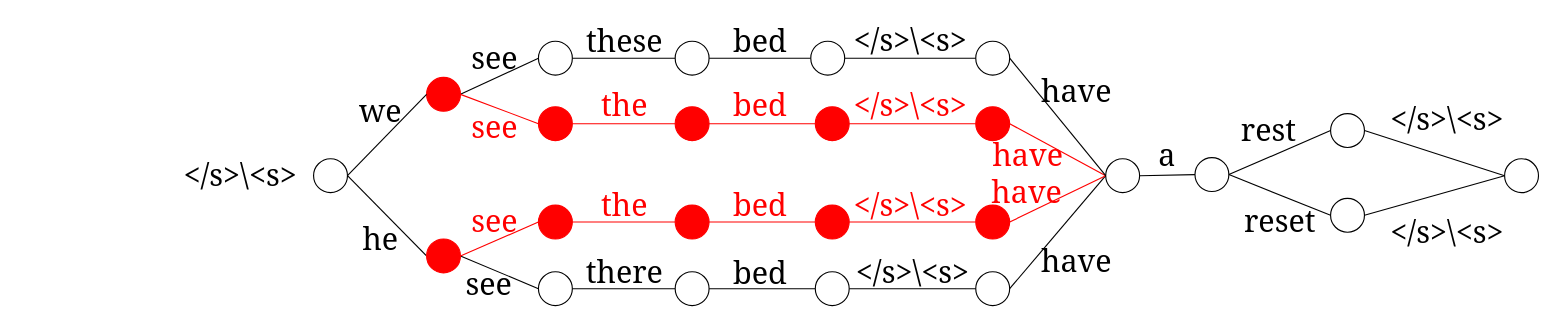
Above: Cross-Utterance History Clustering based Lattice Rescoring.drawio in AmourWaltz/OtherProjects (draw.io), before the change. Source tidied: cells renumbered, new cells numbered last; positions are measured from the earlier drawing's top-left corner, leaving out a move shared by most shapes. Both pictures are drawn from the tidied source at 113%, with x=0, y=0 at pixel (166, 28).
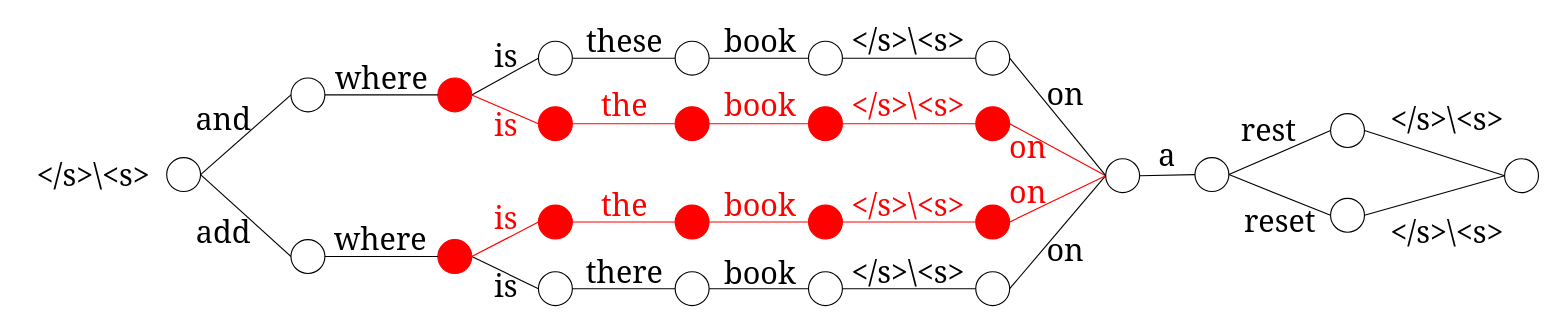
The same diagram, later.

What changed in the source:
```diff
@@
     <mxCell id="5" style="ellipse;whiteSpace=wrap;html=1;fillColor=#FF0000;strokeColor=#FF0000;" parent="1" vertex="1">
-      <mxGeometry x="230" y="43" width="30" height="30" as="geometry" />
+      <mxGeometry x="240" y="43.5" width="30" height="30" as="geometry" />
     </mxCell>
@@
-    <mxCell id="16" style="edgeStyle=none;rounded=0;jettySize=auto;html=1;exitX=1;exitY=0.5;exitDx=0;exitDy=0;entryX=0;entryY=0.5;entryDx=0;entryDy=0;fontSize=18;endArrow=none;endFill=0;" parent="1" edge="1" source="18" target="5">
-      <mxGeometry relative="1" as="geometry" />
-    </mxCell>
-    <mxCell id="17" style="rounded=0;jettySize=auto;html=1;exitX=1;exitY=0.5;exitDx=0;exitDy=0;entryX=0;entryY=0.5;entryDx=0;entryDy=0;fontFamily=Georgia;fontSize=27;endArrow=none;endFill=0;" parent="1" edge="1" source="18" target="25">
-      <mxGeometry relative="1" as="geometry" />
-    </mxCell>
+    <mxCell id="81" style="rounded=0;jettySize=auto;html=1;exitX=1;exitY=0.5;exitDx=0;exitDy=0;entryX=0;entryY=0.5;entryDx=0;entryDy=0;endArrow=none;endFill=0;" parent="1" edge="1" source="18" target="84">
+      <mxGeometry relative="1" as="geometry" />
+    </mxCell>
+    <mxCell id="82" style="rounded=0;jettySize=auto;html=1;exitX=1;exitY=0.5;exitDx=0;exitDy=0;entryX=0;entryY=0.5;entryDx=0;entryDy=0;endArrow=none;endFill=0;" parent="1" edge="1" source="18" target="86">
+      <mxGeometry relative="1" as="geometry" />
+    </mxCell>
     <mxCell id="18" style="ellipse;whiteSpace=wrap;html=1;" parent="1" vertex="1">
-      <mxGeometry x="130" y="115" width="30" height="30" as="geometry" />
+      <mxGeometry y="114" width="30" height="30" as="geometry" />
     </mxCell>
@@
     <mxCell id="20" style="ellipse;whiteSpace=wrap;html=1;fontColor=#FF0000;fillColor=#FF0000;strokeColor=#FF0000;" parent="1" vertex="1">
-      <mxGeometry x="574" y="69" width="30" height="30" as="geometry" />
+      <mxGeometry x="568" y="69" width="30" height="30" as="geometry" />
     </mxCell>
@@
     <mxCell id="23" value="&lt;span style=&quot;font-family: &amp;#34;georgia&amp;#34; ; font-size: 27px&quot;&gt;&amp;lt;/s&amp;gt;\&amp;lt;s&amp;gt;&lt;/span&gt;" style="text;html=1;align=center;verticalAlign=middle;strokeColor=none;fillColor=none;" parent="1" vertex="1">
-      <mxGeometry y="120" width="130" height="20" as="geometry" />
+      <mxGeometry x="-130" y="120" width="130" height="20" as="geometry" />
     </mxCell>
@@
     <mxCell id="25" style="ellipse;whiteSpace=wrap;html=1;fillColor=#FF0000;strokeColor=#FF0000;" parent="1" vertex="1">
-      <mxGeometry x="230" y="186" width="30" height="30" as="geometry" />
+      <mxGeometry x="240" y="186.5" width="30" height="30" as="geometry" />
     </mxCell>
-    <mxCell id="26" value="&lt;font style=&quot;font-size: 27px&quot; face=&quot;Georgia&quot;&gt;we&lt;/font&gt;" style="text;html=1;align=center;verticalAlign=middle;strokeColor=none;fillColor=none;" parent="1" vertex="1">
-      <mxGeometry x="164" y="63" width="50" height="20" as="geometry" />
+    <mxCell id="26" value="&lt;font style=&quot;font-size: 27px&quot; face=&quot;Georgia&quot;&gt;where&lt;/font&gt;" style="text;html=1;align=center;verticalAlign=middle;strokeColor=none;fillColor=none;" parent="1" vertex="1">
+      <mxGeometry x="145" y="34" width="90" height="20" as="geometry" />
     </mxCell>
-    <mxCell id="27" value="&lt;font style=&quot;font-size: 27px&quot; face=&quot;Georgia&quot;&gt;he&lt;/font&gt;" style="text;html=1;align=center;verticalAlign=middle;strokeColor=none;fillColor=none;" parent="1" vertex="1">
-      <mxGeometry x="169" y="176" width="40" height="20" as="geometry" />
+    <mxCell id="27" value="&lt;font style=&quot;font-size: 27px&quot; face=&quot;Georgia&quot;&gt;where&lt;/font&gt;" style="text;html=1;align=center;verticalAlign=middle;strokeColor=none;fillColor=none;" parent="1" vertex="1">
+      <mxGeometry x="144" y="176" width="90" height="20" as="geometry" />
     </mxCell>
-    <mxCell id="28" value="&lt;font style=&quot;font-size: 27px&quot; face=&quot;Georgia&quot;&gt;see&lt;/font&gt;" style="text;html=1;align=center;verticalAlign=middle;fillColor=none;" parent="1" vertex="1">
-      <mxGeometry x="265" y="16" width="50" height="20" as="geometry" />
+    <mxCell id="28" value="&lt;font style=&quot;font-size: 27px&quot; face=&quot;Georgia&quot;&gt;is&lt;/font&gt;" style="text;html=1;align=center;verticalAlign=middle;fillColor=none;" parent="1" vertex="1">
+      <mxGeometry x="280" y="14" width="40" height="20" as="geometry" />
     </mxCell>
-    <mxCell id="29" value="&lt;font style=&quot;font-size: 27px&quot; face=&quot;Georgia&quot;&gt;see&lt;/font&gt;" style="text;html=1;align=center;verticalAlign=middle;fillColor=none;" parent="1" vertex="1">
-      <mxGeometry x="260" y="216" width="50" height="20" as="geometry" />
+    <mxCell id="29" value="&lt;font face=&quot;Georgia&quot;&gt;&lt;span style=&quot;font-size: 27px&quot;&gt;is&lt;/span&gt;&lt;/font&gt;" style="text;html=1;align=center;verticalAlign=middle;fillColor=none;" parent="1" vertex="1">
+      <mxGeometry x="280" y="218" width="40" height="20" as="geometry" />
     </mxCell>
@@
-    <mxCell id="34" value="&lt;font style=&quot;font-size: 27px&quot; face=&quot;Georgia&quot;&gt;bed&lt;/font&gt;" style="text;html=1;align=center;verticalAlign=middle;strokeColor=none;fillColor=none;fontColor=#000000;" parent="1" vertex="1">
-      <mxGeometry x="495" y="1" width="60" height="20" as="geometry" />
+    <mxCell id="34" value="&lt;font style=&quot;font-size: 27px&quot; face=&quot;Georgia&quot;&gt;book&lt;/font&gt;" style="text;html=1;align=center;verticalAlign=middle;strokeColor=none;fillColor=none;fontColor=#000000;" parent="1" vertex="1">
+      <mxGeometry x="490" y="1" width="70" height="20" as="geometry" />
     </mxCell>
-    <mxCell id="35" value="&lt;font style=&quot;font-size: 27px&quot; face=&quot;Georgia&quot;&gt;bed&lt;/font&gt;" style="text;html=1;align=center;verticalAlign=middle;strokeColor=none;fillColor=none;fontColor=#FF0000;" parent="1" vertex="1">
-      <mxGeometry x="495" y="58" width="60" height="20" as="geometry" />
+    <mxCell id="35" value="&lt;font style=&quot;font-size: 27px&quot; face=&quot;Georgia&quot;&gt;book&lt;/font&gt;" style="text;html=1;align=center;verticalAlign=middle;strokeColor=none;fillColor=none;fontColor=#FF0000;" parent="1" vertex="1">
+      <mxGeometry x="490" y="58" width="70" height="20" as="geometry" />
     </mxCell>
     <mxCell id="36" value="&lt;font style=&quot;font-size: 27px&quot; face=&quot;Georgia&quot;&gt;&amp;lt;/s&amp;gt;\&amp;lt;s&amp;gt;&lt;/font&gt;" style="text;html=1;align=center;verticalAlign=middle;strokeColor=none;fillColor=none;fontColor=#000000;" parent="1" vertex="1">
-      <mxGeometry x="593" width="130" height="20" as="geometry" />
+      <mxGeometry x="591" width="130" height="20" as="geometry" />
     </mxCell>
@@
-    <mxCell id="55" value="&lt;font style=&quot;font-size: 27px&quot; face=&quot;Georgia&quot;&gt;have&lt;/font&gt;" style="text;html=1;align=center;verticalAlign=middle;strokeColor=none;fillColor=none;fontColor=#000000;" parent="1" vertex="1">
-      <mxGeometry x="770" y="45" width="70" height="20" as="geometry" />
+    <mxCell id="55" value="&lt;font style=&quot;font-size: 27px&quot; face=&quot;Georgia&quot;&gt;on&lt;/font&gt;" style="text;html=1;align=center;verticalAlign=middle;strokeColor=none;fillColor=none;fontColor=#000000;" parent="1" vertex="1">
+      <mxGeometry x="770" y="48" width="50" height="20" as="geometry" />
     </mxCell>
@@
     <mxCell id="57" style="ellipse;whiteSpace=wrap;html=1;" parent="1" vertex="1">
-      <mxGeometry x="570" y="11" width="30" height="30" as="geometry" />
+      <mxGeometry x="568" y="11" width="30" height="30" as="geometry" />
     </mxCell>
@@
     <mxCell id="60" value="&lt;font style=&quot;font-size: 27px&quot; face=&quot;Georgia&quot;&gt;&amp;lt;/s&amp;gt;\&amp;lt;s&amp;gt;&lt;/font&gt;" style="text;html=1;align=center;verticalAlign=middle;strokeColor=none;fillColor=none;fontColor=#FF0000;" parent="1" vertex="1">
-      <mxGeometry x="593" y="58" width="130" height="20" as="geometry" />
+      <mxGeometry x="591" y="58" width="130" height="20" as="geometry" />
     </mxCell>
@@
     <mxCell id="62" style="ellipse;whiteSpace=wrap;html=1;fontColor=#FF0000;fillColor=#FF0000;strokeColor=#FF0000;" parent="1" vertex="1">
-      <mxGeometry x="574" y="156" width="30" height="30" as="geometry" />
+      <mxGeometry x="568" y="156" width="30" height="30" as="geometry" />
     </mxCell>
@@
     <mxCell id="64" style="ellipse;whiteSpace=wrap;html=1;" parent="1" vertex="1">
-      <mxGeometry x="574" y="215" width="30" height="30" as="geometry" />
+      <mxGeometry x="568" y="215" width="30" height="30" as="geometry" />
     </mxCell>
-    <mxCell id="65" value="&lt;font style=&quot;font-size: 27px&quot; face=&quot;Georgia&quot;&gt;bed&lt;/font&gt;" style="text;html=1;align=center;verticalAlign=middle;strokeColor=none;fillColor=none;fontColor=#FF0000;" parent="1" vertex="1">
-      <mxGeometry x="495" y="146" width="60" height="20" as="geometry" />
+    <mxCell id="65" value="&lt;font style=&quot;font-size: 27px&quot; face=&quot;Georgia&quot;&gt;book&lt;/font&gt;" style="text;html=1;align=center;verticalAlign=middle;strokeColor=none;fillColor=none;fontColor=#FF0000;" parent="1" vertex="1">
+      <mxGeometry x="490" y="146" width="70" height="20" as="geometry" />
     </mxCell>
-    <mxCell id="66" value="&lt;font style=&quot;font-size: 27px&quot; face=&quot;Georgia&quot;&gt;bed&lt;/font&gt;" style="text;html=1;align=center;verticalAlign=middle;strokeColor=none;fillColor=none;fontColor=#000000;" parent="1" vertex="1">
-      <mxGeometry x="495" y="206" width="60" height="20" as="geometry" />
+    <mxCell id="66" value="&lt;font style=&quot;font-size: 27px&quot; face=&quot;Georgia&quot;&gt;book&lt;/font&gt;" style="text;html=1;align=center;verticalAlign=middle;strokeColor=none;fillColor=none;fontColor=#000000;" parent="1" vertex="1">
+      <mxGeometry x="490" y="206" width="70" height="20" as="geometry" />
     </mxCell>
@@
     <mxCell id="69" value="&lt;font style=&quot;font-size: 27px&quot; face=&quot;Georgia&quot;&gt;&amp;lt;/s&amp;gt;\&amp;lt;s&amp;gt;&lt;/font&gt;" style="text;html=1;align=center;verticalAlign=middle;strokeColor=none;fillColor=none;fontColor=#000000;" parent="1" vertex="1">
-      <mxGeometry x="595" y="205" width="130" height="20" as="geometry" />
+      <mxGeometry x="591" y="205" width="130" height="20" as="geometry" />
     </mxCell>
     <mxCell id="70" value="&lt;font style=&quot;font-size: 27px&quot; face=&quot;Georgia&quot;&gt;&amp;lt;/s&amp;gt;\&amp;lt;s&amp;gt;&lt;/font&gt;" style="text;html=1;align=center;verticalAlign=middle;strokeColor=none;fillColor=none;fontColor=#FF0000;" parent="1" vertex="1">
-      <mxGeometry x="593" y="146" width="130" height="20" as="geometry" />
+      <mxGeometry x="591" y="146" width="130" height="20" as="geometry" />
     </mxCell>
@@
-    <mxCell id="76" value="&lt;font style=&quot;font-size: 27px&quot; face=&quot;Georgia&quot;&gt;see&lt;/font&gt;" style="text;html=1;align=center;verticalAlign=middle;fillColor=none;fontColor=#FF0000;" parent="1" vertex="1">
-      <mxGeometry x="265" y="160" width="50" height="20" as="geometry" />
+    <mxCell id="76" value="&lt;font style=&quot;font-size: 27px&quot; face=&quot;Georgia&quot;&gt;is&lt;/font&gt;" style="text;html=1;align=center;verticalAlign=middle;fillColor=none;fontColor=#FF0000;" parent="1" vertex="1">
+      <mxGeometry x="280" y="158" width="40" height="20" as="geometry" />
     </mxCell>
-    <mxCell id="77" value="&lt;font style=&quot;font-size: 27px&quot; face=&quot;Georgia&quot;&gt;see&lt;/font&gt;" style="text;html=1;align=center;verticalAlign=middle;fillColor=none;fontColor=#FF0000;" parent="1" vertex="1">
-      <mxGeometry x="265" y="77" width="50" height="20" as="geometry" />
+    <mxCell id="77" value="&lt;font style=&quot;font-size: 27px&quot; face=&quot;Georgia&quot;&gt;is&lt;/font&gt;" style="text;html=1;align=center;verticalAlign=middle;fillColor=none;fontColor=#FF0000;" parent="1" vertex="1">
+      <mxGeometry x="280" y="75" width="40" height="20" as="geometry" />
     </mxCell>
-    <mxCell id="78" value="&lt;font style=&quot;font-size: 27px&quot; face=&quot;Georgia&quot;&gt;have&lt;/font&gt;" style="text;html=1;align=center;verticalAlign=middle;strokeColor=none;fillColor=none;fontColor=#FF0000;" parent="1" vertex="1">
-      <mxGeometry x="727" y="102" width="70" height="20" as="geometry" />
+    <mxCell id="78" value="&lt;font style=&quot;font-size: 27px&quot; face=&quot;Georgia&quot;&gt;on&lt;/font&gt;" style="text;html=1;align=center;verticalAlign=middle;strokeColor=none;fillColor=none;fontColor=#FF0000;" parent="1" vertex="1">
+      <mxGeometry x="737" y="95" width="50" height="20" as="geometry" />
     </mxCell>
-    <mxCell id="79" value="&lt;font style=&quot;font-size: 27px&quot; face=&quot;Georgia&quot;&gt;have&lt;/font&gt;" style="text;html=1;align=center;verticalAlign=middle;strokeColor=none;fillColor=none;fontColor=#FF0000;" parent="1" vertex="1">
-      <mxGeometry x="726" y="135" width="70" height="20" as="geometry" />
+    <mxCell id="79" value="&lt;font style=&quot;font-size: 27px&quot; face=&quot;Georgia&quot;&gt;on&lt;/font&gt;" style="text;html=1;align=center;verticalAlign=middle;strokeColor=none;fillColor=none;fontColor=#FF0000;" parent="1" vertex="1">
+      <mxGeometry x="737" y="135" width="50" height="20" as="geometry" />
     </mxCell>
-    <mxCell id="80" value="&lt;font style=&quot;font-size: 27px&quot; face=&quot;Georgia&quot;&gt;have&lt;/font&gt;" style="text;html=1;align=center;verticalAlign=middle;strokeColor=none;fillColor=none;fontColor=#000000;" parent="1" vertex="1">
-      <mxGeometry x="770" y="196" width="70" height="20" as="geometry" />
+    <mxCell id="80" value="&lt;font style=&quot;font-size: 27px&quot; face=&quot;Georgia&quot;&gt;on&lt;/font&gt;" style="text;html=1;align=center;verticalAlign=middle;strokeColor=none;fillColor=none;fontColor=#000000;" parent="1" vertex="1">
+      <mxGeometry x="770" y="186" width="50" height="20" as="geometry" />
     </mxCell>
+    <mxCell id="83" style="edgeStyle=orthogonalEdgeStyle;rounded=0;jettySize=auto;html=1;exitX=1;exitY=0.5;exitDx=0;exitDy=0;entryX=0;entryY=0.5;entryDx=0;entryDy=0;endArrow=none;endFill=0;" parent="1" edge="1" source="84" target="5">
+      <mxGeometry relative="1" as="geometry" />
+    </mxCell>
+    <mxCell id="84" style="ellipse;whiteSpace=wrap;html=1;" parent="1" vertex="1">
+      <mxGeometry x="110" y="43.5" width="30" height="30" as="geometry" />
+    </mxCell>
+    <mxCell id="85" style="edgeStyle=orthogonalEdgeStyle;rounded=0;jettySize=auto;html=1;exitX=1;exitY=0.5;exitDx=0;exitDy=0;entryX=0;entryY=0.5;entryDx=0;entryDy=0;endArrow=none;endFill=0;" parent="1" edge="1" source="86" target="25">
+      <mxGeometry relative="1" as="geometry" />
+    </mxCell>
+    <mxCell id="86" style="ellipse;whiteSpace=wrap;html=1;" parent="1" vertex="1">
+      <mxGeometry x="110" y="186.5" width="30" height="30" as="geometry" />
+    </mxCell>
+    <mxCell id="87" value="&lt;font style=&quot;font-size: 27px&quot; face=&quot;Georgia&quot;&gt;and&lt;/font&gt;" style="text;html=1;align=center;verticalAlign=middle;strokeColor=none;fillColor=none;" parent="1" vertex="1">
+      <mxGeometry x="20" y="70" width="60" height="20" as="geometry" />
+    </mxCell>
+    <mxCell id="88" value="&lt;font style=&quot;font-size: 27px&quot; face=&quot;Georgia&quot;&gt;add&lt;/font&gt;" style="text;html=1;align=center;verticalAlign=middle;strokeColor=none;fillColor=none;" parent="1" vertex="1">
+      <mxGeometry x="20" y="170" width="60" height="20" as="geometry" />
+    </mxCell>
```
